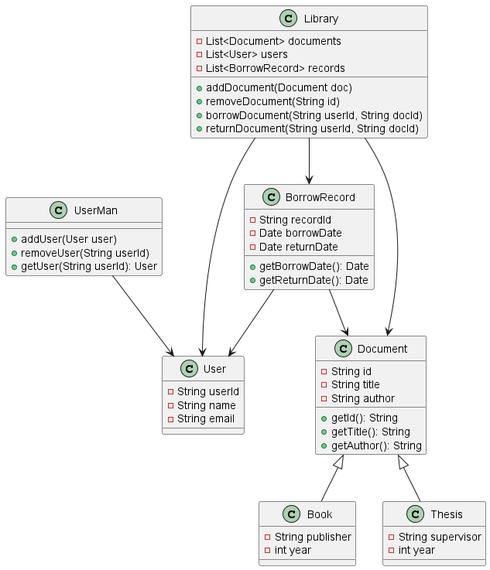
ThanhTrung286/NEW_BTLOOP keeps this PlantUML diagram as out/src/class-diagram/class-diagram.png. Above is the earlier version. Source of this version:
```plantuml
@startuml
class Document {
  - String id
  - String title
  - String author
  + getId(): String
  + getTitle(): String
  + getAuthor(): String
}

class Book {
  - String publisher
  - int year
}

class Thesis {
  - String supervisor
  - int year
}

class BorrowRecord {
  - String recordId
  - Date borrowDate
  - Date returnDate
  + getBorrowDate(): Date
  + getReturnDate(): Date
}

class User {
  - String userId
  - String name
  - String email
}

class UserMan {
  + addUser(User user)
  + removeUser(String userId)
  + getUser(String userId): User
}

class Library {
  - List<Document> documents
  - List<User> users
  - List<BorrowRecord> records
  + addDocument(Document doc)
  + removeDocument(String id)
  + borrowDocument(String userId, String docId)
  + returnDocument(String userId, String docId)
}

Document <|-- Book
Document <|-- Thesis
UserMan --> User
Library --> Document
Library --> User
Library --> BorrowRecord
BorrowRecord --> User
BorrowRecord --> Document
@enduml
```
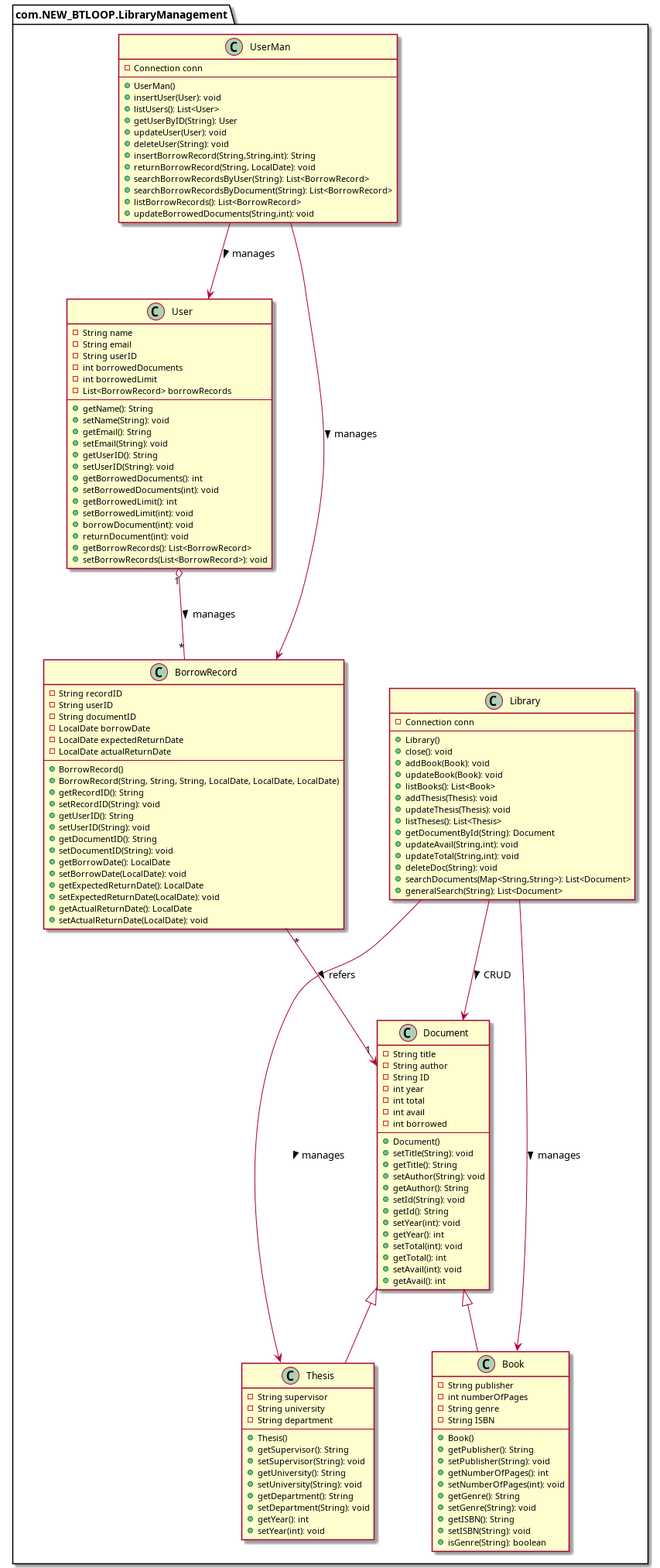
Later version of the same file.

Change to the diagram source:
```diff
@@ -1,59 +1,163 @@
 @startuml
-class Document {
-  - String id
-  - String title
-  - String author
-  + getId(): String
-  + getTitle(): String
-  + getAuthor(): String
+
+package "com.NEW_BTLOOP.LibraryManagement" {
+
+    class Document {
+        - String title
+        - String author
+        - String ID
+        - int year
+        - int total
+        - int avail
+        - int borrowed
+        --
+        + Document()
+        + setTitle(String): void
+        + getTitle(): String
+        + setAuthor(String): void
+        + getAuthor(): String
+        + setId(String): void
+        + getId(): String
+        + setYear(int): void
+        + getYear(): int
+        + setTotal(int): void
+        + getTotal(): int
+        + setAvail(int): void
+        + getAvail(): int
+    }
+
+    class Book {
+        - String publisher
+        - int numberOfPages
+        - String genre
+        - String ISBN
+        --
+        + Book()
+        + getPublisher(): String
+        + setPublisher(String): void
+        + getNumberOfPages(): int
+        + setNumberOfPages(int): void
+        + getGenre(): String
+        + setGenre(String): void
+        + getISBN(): String
+        + setISBN(String): void
+        + isGenre(String): boolean
+    }
+
+    class Thesis {
+        - String supervisor
+        - String university
+        - String department
+        --
+        + Thesis()
+        + getSupervisor(): String
+        + setSupervisor(String): void
+        + getUniversity(): String
+        + setUniversity(String): void
+        + getDepartment(): String
+        + setDepartment(String): void
+        + getYear(): int
+        + setYear(int): void
+    }
+
+    class User {
+        - String name
+        - String email
+        - String userID
+        - int borrowedDocuments
+        - int borrowedLimit
+        - List<BorrowRecord> borrowRecords
+        --
+        + getName(): String
+        + setName(String): void
+        + getEmail(): String
+        + setEmail(String): void
+        + getUserID(): String
+        + setUserID(String): void
+        + getBorrowedDocuments(): int
+        + setBorrowedDocuments(int): void
+        + getBorrowedLimit(): int
+        + setBorrowedLimit(int): void
+        + borrowDocument(int): void
+        + returnDocument(int): void
+        + getBorrowRecords(): List<BorrowRecord>
+        + setBorrowRecords(List<BorrowRecord>): void
+    }
+
+    class BorrowRecord {
+        - String recordID
+        - String userID
+        - String documentID
+        - LocalDate borrowDate
+        - LocalDate expectedReturnDate
+        - LocalDate actualReturnDate
+        --
+        + BorrowRecord()
+        + BorrowRecord(String, String, String, LocalDate, LocalDate, LocalDate)
+        + getRecordID(): String
+        + setRecordID(String): void
+        + getUserID(): String
+        + setUserID(String): void
+        + getDocumentID(): String
+        + setDocumentID(String): void
+        + getBorrowDate(): LocalDate
+        + setBorrowDate(LocalDate): void
+        + getExpectedReturnDate(): LocalDate
+        + setExpectedReturnDate(LocalDate): void
+        + getActualReturnDate(): LocalDate
+        + setActualReturnDate(LocalDate): void
+    }
+
+
+
+
+
+
+    class Library {
+        - Connection conn
+        --
+        + Library()
+        + close(): void
+        + addBook(Book): void
+        + updateBook(Book): void
+        + listBooks(): List<Book>
+        + addThesis(Thesis): void
+        + updateThesis(Thesis): void
+        + listTheses(): List<Thesis>
+        + getDocumentById(String): Document
+        + updateAvail(String,int): void
+        + updateTotal(String,int): void
+        + deleteDoc(String): void
+        + searchDocuments(Map<String,String>): List<Document>
+        + generalSearch(String): List<Document>
+    }
+
+    class UserMan {
+        - Connection conn
+        --
+        + UserMan()
+        + insertUser(User): void
+        + listUsers(): List<User>
+        + getUserByID(String): User
+        + updateUser(User): void
+        + deleteUser(String): void
+        + insertBorrowRecord(String,String,int): String
+        + returnBorrowRecord(String, LocalDate): void
+        + searchBorrowRecordsByUser(String): List<BorrowRecord>
+        + searchBorrowRecordsByDocument(String): List<BorrowRecord>
+        + listBorrowRecords(): List<BorrowRecord>
+        + updateBorrowedDocuments(String,int): void
+    }
+
+    Library --> Document : CRUD >
+    Library --> Book : manages >
+    Library --> Thesis : manages >
+    UserMan --> User : manages >
+    UserMan --> BorrowRecord : manages >
+    Document <|-- Book
+    Document <|-- Thesis
+    User "1" o-- "*" BorrowRecord : manages >
+    BorrowRecord "*" --> "1" Document : refers >
 }
 
-class Book {
-  - String publisher
-  - int year
-}
-
-class Thesis {
-  - String supervisor
-  - int year
-}
-
-class BorrowRecord {
-  - String recordId
-  - Date borrowDate
-  - Date returnDate
-  + getBorrowDate(): Date
-  + getReturnDate(): Date
-}
-
-class User {
-  - String userId
-  - String name
-  - String email
-}
-
-class UserMan {
-  + addUser(User user)
-  + removeUser(String userId)
-  + getUser(String userId): User
-}
-
-class Library {
-  - List<Document> documents
-  - List<User> users
-  - List<BorrowRecord> records
-  + addDocument(Document doc)
-  + removeDocument(String id)
-  + borrowDocument(String userId, String docId)
-  + returnDocument(String userId, String docId)
-}
-
-Document <|-- Book
-Document <|-- Thesis
-UserMan --> User
-Library --> Document
-Library --> User
-Library --> BorrowRecord
-BorrowRecord --> User
-BorrowRecord --> Document
 @enduml
```
